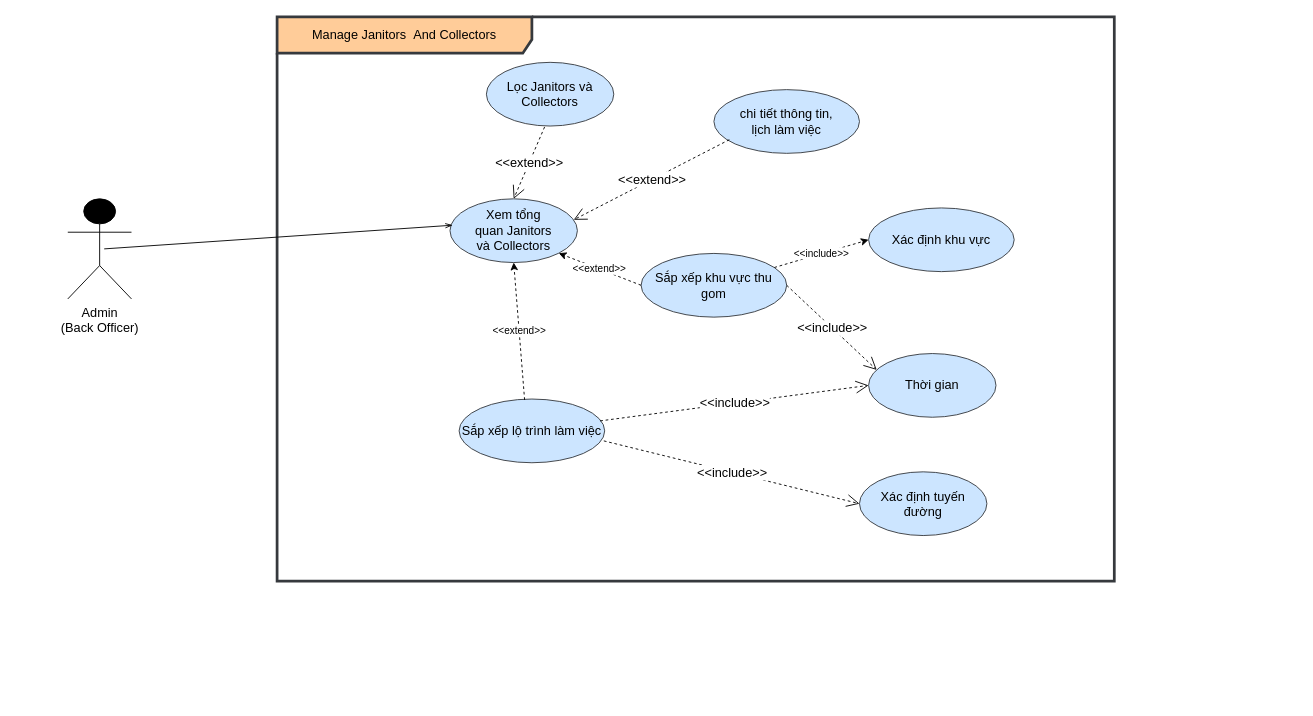
This is Task 1/1.3/Task assignment.drawio from astr0tas/SE-with-Da-Bois---UWC-2.0, a draw.io file, before an edit. Source tidied: cells renumbered, new cells numbered last; positions are measured from the earlier drawing's top-left corner, leaving out a move shared by most shapes. Both pictures are drawn from the tidied source at 91%, with x=0, y=0 at pixel (67, 16).
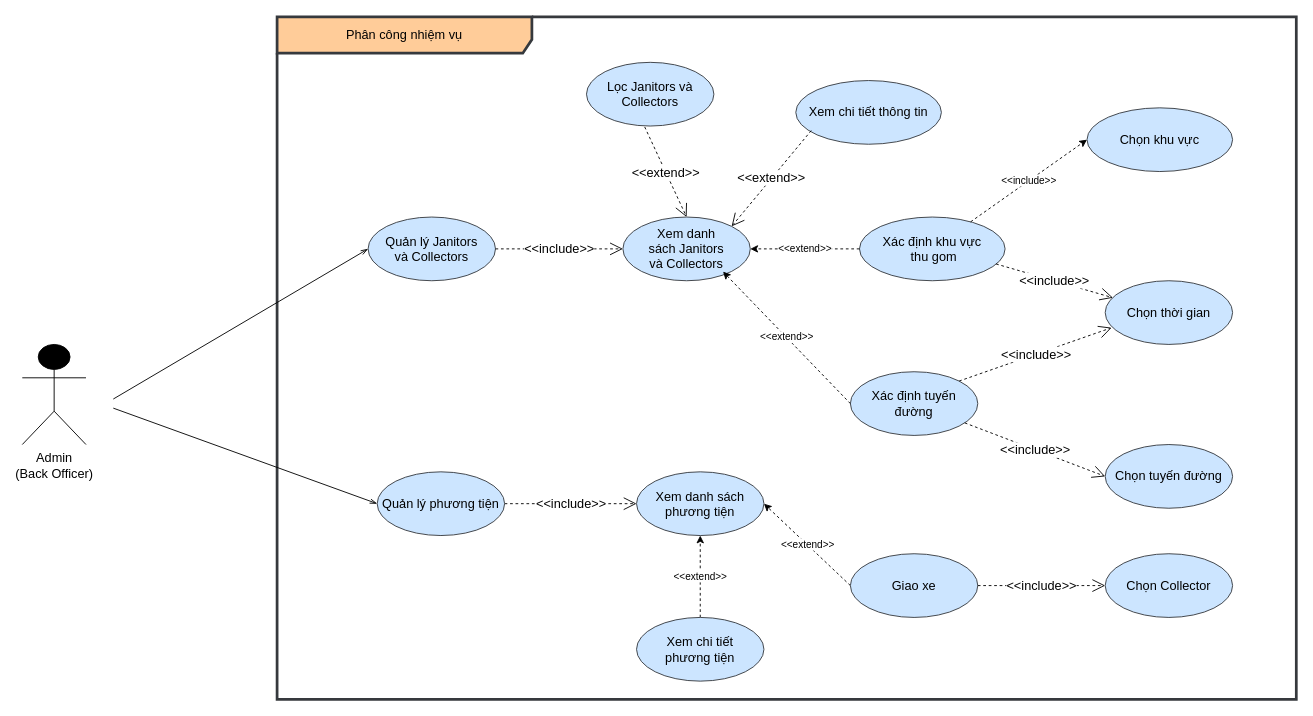
Above is the later version.

The edit, as a diff of the source:
```diff
@@
     <mxCell id="2" value="&lt;font style=&quot;font-size: 14px;&quot;&gt;Admin &lt;br&gt;(&lt;span style=&quot;font-family: Arial, sans-serif;&quot;&gt;Back Officer&lt;/span&gt;)&lt;/font&gt;" style="shape=umlActor;verticalLabelPosition=bottom;verticalAlign=top;html=1;fillColor=#000000;" parent="1" vertex="1">
-      <mxGeometry y="200" width="70" height="110" as="geometry" />
+      <mxGeometry x="-50" y="360" width="70" height="110" as="geometry" />
     </mxCell>
-    <mxCell id="3" value="Manage&amp;nbsp;&lt;span&gt;Janitors&amp;nbsp;&amp;nbsp;And Collectors&lt;/span&gt;" style="shape=umlFrame;whiteSpace=wrap;html=1;fontSize=14;width=280;height=40;fillColor=#ffcc99;strokeColor=#36393d;strokeWidth=3;gradientColor=none;swimlaneFillColor=default;" parent="1" vertex="1">
-      <mxGeometry x="230" width="920" height="620" as="geometry" />
+    <mxCell id="3" value="Phân công nhiệm vụ" style="shape=umlFrame;whiteSpace=wrap;html=1;fontSize=14;width=280;height=40;fillColor=#ffcc99;strokeColor=#36393d;strokeWidth=3;gradientColor=none;swimlaneFillColor=default;" parent="1" vertex="1">
+      <mxGeometry x="230" width="1120" height="750" as="geometry" />
     </mxCell>
-    <mxCell id="4" value="chi tiết thông tin, &lt;br&gt;lịch làm việc" style="ellipse;whiteSpace=wrap;html=1;fontSize=14;fillColor=#cce5ff;strokeColor=#36393d;" parent="1" vertex="1">
-      <mxGeometry x="710" y="80" width="160" height="70" as="geometry" />
+    <mxCell id="4" value="Xem chi tiết thông tin" style="ellipse;whiteSpace=wrap;html=1;fontSize=14;fillColor=#cce5ff;strokeColor=#36393d;" parent="1" vertex="1">
+      <mxGeometry x="800" y="70" width="160" height="70" as="geometry" />
     </mxCell>
-    <mxCell id="5" value="Sắp xếp lộ trình làm việc" style="ellipse;whiteSpace=wrap;html=1;fontSize=14;fillColor=#cce5ff;strokeColor=#36393d;" parent="1" vertex="1">
-      <mxGeometry x="430" y="420" width="160" height="70" as="geometry" />
-    </mxCell>
-    <mxCell id="6" value="Thời gian" style="ellipse;whiteSpace=wrap;html=1;fontSize=14;fillColor=#cce5ff;strokeColor=#36393d;" parent="1" vertex="1">
-      <mxGeometry x="880" y="370" width="140" height="70" as="geometry" />
+    <mxCell id="6" value="Chọn thời gian" style="ellipse;whiteSpace=wrap;html=1;fontSize=14;fillColor=#cce5ff;strokeColor=#36393d;" parent="1" vertex="1">
+      <mxGeometry x="1140" y="290" width="140" height="70" as="geometry" />
     </mxCell>
     <mxCell id="7" value="Xác định tuyến đường" style="ellipse;whiteSpace=wrap;html=1;fontSize=14;fillColor=#cce5ff;strokeColor=#36393d;" parent="1" vertex="1">
-      <mxGeometry x="870" y="500" width="140" height="70" as="geometry" />
+      <mxGeometry x="860" y="390" width="140" height="70" as="geometry" />
     </mxCell>
-    <mxCell id="8" value="&amp;lt;&amp;lt;include&amp;gt;&amp;gt;" style="endArrow=open;endSize=12;dashed=1;html=1;rounded=0;fontSize=14;entryX=0;entryY=0.5;entryDx=0;entryDy=0;exitX=0.994;exitY=0.657;exitDx=0;exitDy=0;exitPerimeter=0;" parent="1" edge="1" source="5" target="7">
-      <mxGeometry relative="1" as="geometry" />
-    </mxCell>
-    <mxCell id="9" value="&amp;lt;&amp;lt;include&amp;gt;&amp;gt;" style="endArrow=open;endSize=12;dashed=1;html=1;rounded=0;fontSize=14;entryX=0;entryY=0.5;entryDx=0;entryDy=0;exitX=0.969;exitY=0.343;exitDx=0;exitDy=0;exitPerimeter=0;" parent="1" edge="1" source="5" target="6">
-      <mxGeometry relative="1" as="geometry" />
-    </mxCell>
-    <mxCell id="10" value="&amp;lt;&amp;lt;extend&amp;gt;&amp;gt;" style="endArrow=open;endSize=12;dashed=1;html=1;rounded=0;fontSize=14;exitX=0.106;exitY=0.786;exitDx=0;exitDy=0;entryX=0.971;entryY=0.329;entryDx=0;entryDy=0;entryPerimeter=0;exitPerimeter=0;" parent="1" edge="1" source="4" target="11">
+    <mxCell id="10" value="&amp;lt;&amp;lt;extend&amp;gt;&amp;gt;" style="endArrow=open;endSize=12;dashed=1;html=1;rounded=0;fontSize=14;exitX=0.106;exitY=0.786;exitDx=0;exitDy=0;entryX=1;entryY=0;entryDx=0;entryDy=0;exitPerimeter=0;" parent="1" edge="1" source="4" target="11">
       <mxGeometry relative="1" as="geometry" />
     </mxCell>
-    <mxCell id="11" value="Xem tổng quan&amp;nbsp;&lt;a name=&quot;OLE_LINK27&quot;&gt;&lt;span&gt;Janitors&lt;br&gt;và Collectors&lt;/span&gt;&lt;/a&gt;" style="ellipse;whiteSpace=wrap;html=1;fontSize=14;fillColor=#cce5ff;strokeColor=#36393d;" parent="1" vertex="1">
-      <mxGeometry x="420" y="200" width="140" height="70" as="geometry" />
+    <mxCell id="11" value="Xem danh sách&amp;nbsp;&lt;a name=&quot;OLE_LINK27&quot;&gt;&lt;span&gt;Janitors&lt;br&gt;và Collectors&lt;/span&gt;&lt;/a&gt;" style="ellipse;whiteSpace=wrap;html=1;fontSize=14;fillColor=#cce5ff;strokeColor=#36393d;" parent="1" vertex="1">
+      <mxGeometry x="610" y="220" width="140" height="70" as="geometry" />
     </mxCell>
-    <mxCell id="12" style="endArrow=openThin;endFill=0;html=1;rounded=0;fontSize=14;entryX=0.021;entryY=0.414;entryDx=0;entryDy=0;entryPerimeter=0;" parent="1" edge="1" target="11">
+    <mxCell id="12" style="endArrow=openThin;endFill=0;html=1;rounded=0;fontSize=14;entryX=0;entryY=0.5;entryDx=0;entryDy=0;" parent="1" edge="1" target="26">
       <mxGeometry relative="1" as="geometry">
-        <mxPoint x="40" y="255" as="sourcePoint" />
+        <mxPoint x="50" y="420" as="sourcePoint" />
       </mxGeometry>
     </mxCell>
     <mxCell id="13" value="Lọc Janitors và Collectors" style="ellipse;whiteSpace=wrap;html=1;fontSize=14;fillColor=#cce5ff;strokeColor=#36393d;" parent="1" vertex="1">
-      <mxGeometry x="460" y="50" width="140" height="70" as="geometry" />
+      <mxGeometry x="570" y="50" width="140" height="70" as="geometry" />
     </mxCell>
@@
-    <mxCell id="15" value="&amp;lt;&amp;lt;extend&amp;gt;&amp;gt;" style="endArrow=classic;html=1;rounded=0;exitX=0.45;exitY=0.014;exitDx=0;exitDy=0;exitPerimeter=0;entryX=0.5;entryY=1;entryDx=0;entryDy=0;dashed=1;" parent="1" edge="1" source="5" target="11">
-      <mxGeometry relative="1" as="geometry" />
-    </mxCell>
-    <mxCell id="16" value="Sắp xếp khu vực thu gom" style="ellipse;whiteSpace=wrap;html=1;fontSize=14;fillColor=#cce5ff;strokeColor=#36393d;" parent="1" vertex="1">
-      <mxGeometry x="630" y="260" width="160" height="70" as="geometry" />
+    <mxCell id="16" value="Xác định khu vực&lt;br&gt;&amp;nbsp;thu gom" style="ellipse;whiteSpace=wrap;html=1;fontSize=14;fillColor=#cce5ff;strokeColor=#36393d;" parent="1" vertex="1">
+      <mxGeometry x="870" y="220" width="160" height="70" as="geometry" />
     </mxCell>
-    <mxCell id="17" value="&amp;lt;&amp;lt;extend&amp;gt;&amp;gt;" style="endArrow=classic;html=1;rounded=0;entryX=1;entryY=1;entryDx=0;entryDy=0;exitX=0;exitY=0.5;exitDx=0;exitDy=0;dashed=1;" parent="1" edge="1" source="16" target="11">
+    <mxCell id="17" value="&amp;lt;&amp;lt;extend&amp;gt;&amp;gt;" style="endArrow=classic;html=1;rounded=0;entryX=1;entryY=0.5;entryDx=0;entryDy=0;exitX=0;exitY=0.5;exitDx=0;exitDy=0;dashed=1;" parent="1" edge="1" source="16" target="11">
       <mxGeometry relative="1" as="geometry" />
     </mxCell>
-    <mxCell id="18" value="Xác định khu vực" style="ellipse;whiteSpace=wrap;html=1;fontSize=14;fillColor=#cce5ff;strokeColor=#36393d;" parent="1" vertex="1">
-      <mxGeometry x="880" y="210" width="160" height="70" as="geometry" />
+    <mxCell id="18" value="Chọn khu vực" style="ellipse;whiteSpace=wrap;html=1;fontSize=14;fillColor=#cce5ff;strokeColor=#36393d;" parent="1" vertex="1">
+      <mxGeometry x="1120" y="100" width="160" height="70" as="geometry" />
     </mxCell>
@@
-    <mxCell id="20" value="&amp;lt;&amp;lt;include&amp;gt;&amp;gt;" style="endArrow=open;endSize=12;dashed=1;html=1;rounded=0;fontSize=14;entryX=0.064;entryY=0.257;entryDx=0;entryDy=0;exitX=1;exitY=0.5;exitDx=0;exitDy=0;entryPerimeter=0;" parent="1" edge="1" source="16" target="6">
+    <mxCell id="20" value="&amp;lt;&amp;lt;include&amp;gt;&amp;gt;" style="endArrow=open;endSize=12;dashed=1;html=1;rounded=0;fontSize=14;entryX=0.061;entryY=0.267;entryDx=0;entryDy=0;exitX=0.938;exitY=0.737;exitDx=0;exitDy=0;entryPerimeter=0;exitPerimeter=0;" parent="1" edge="1" source="16" target="6">
       <mxGeometry relative="1" as="geometry" />
     </mxCell>
+    <mxCell id="21" value="&amp;lt;&amp;lt;include&amp;gt;&amp;gt;" style="endArrow=open;endSize=12;dashed=1;html=1;rounded=0;fontSize=14;entryX=0;entryY=0.5;entryDx=0;entryDy=0;exitX=1;exitY=0.5;exitDx=0;exitDy=0;" parent="1" edge="1" source="29" target="31">
+      <mxGeometry relative="1" as="geometry" />
+    </mxCell>
+    <mxCell id="22" value="&amp;lt;&amp;lt;extend&amp;gt;&amp;gt;" style="endArrow=classic;html=1;rounded=0;entryX=1;entryY=0.5;entryDx=0;entryDy=0;exitX=0;exitY=0.5;exitDx=0;exitDy=0;dashed=1;" parent="1" edge="1" source="33" target="31">
+      <mxGeometry relative="1" as="geometry" />
+    </mxCell>
+    <mxCell id="23" value="Chọn tuyến đường" style="ellipse;whiteSpace=wrap;html=1;fontSize=14;fillColor=#cce5ff;strokeColor=#36393d;" parent="1" vertex="1">
+      <mxGeometry x="1140" y="470" width="140" height="70" as="geometry" />
+    </mxCell>
+    <mxCell id="24" value="&amp;lt;&amp;lt;include&amp;gt;&amp;gt;" style="endArrow=open;endSize=12;dashed=1;html=1;rounded=0;fontSize=14;entryX=0.051;entryY=0.737;entryDx=0;entryDy=0;exitX=1;exitY=0;exitDx=0;exitDy=0;entryPerimeter=0;" parent="1" edge="1" source="7" target="6">
+      <mxGeometry relative="1" as="geometry" />
+    </mxCell>
+    <mxCell id="25" value="&amp;lt;&amp;lt;include&amp;gt;&amp;gt;" style="endArrow=open;endSize=12;dashed=1;html=1;rounded=0;fontSize=14;entryX=0;entryY=0.5;entryDx=0;entryDy=0;" parent="1" edge="1" source="7" target="23">
+      <mxGeometry relative="1" as="geometry" />
+    </mxCell>
+    <mxCell id="26" value="Quản lý&amp;nbsp;&lt;a name=&quot;OLE_LINK27&quot;&gt;Janitors&lt;br&gt;và Collectors&lt;/a&gt;" style="ellipse;whiteSpace=wrap;html=1;fontSize=14;fillColor=#cce5ff;strokeColor=#36393d;" parent="1" vertex="1">
+      <mxGeometry x="330" y="220" width="140" height="70" as="geometry" />
+    </mxCell>
+    <mxCell id="27" value="&amp;lt;&amp;lt;include&amp;gt;&amp;gt;" style="endArrow=open;endSize=12;dashed=1;html=1;rounded=0;fontSize=14;entryX=0;entryY=0.5;entryDx=0;entryDy=0;exitX=1;exitY=0.5;exitDx=0;exitDy=0;" parent="1" edge="1" source="26" target="11">
+      <mxGeometry relative="1" as="geometry" />
+    </mxCell>
+    <mxCell id="28" value="&amp;lt;&amp;lt;extend&amp;gt;&amp;gt;" style="endArrow=classic;html=1;rounded=0;exitX=0;exitY=0.5;exitDx=0;exitDy=0;dashed=1;" parent="1" edge="1" source="7">
+      <mxGeometry relative="1" as="geometry">
+        <mxPoint x="720" y="280" as="targetPoint" />
+      </mxGeometry>
+    </mxCell>
+    <mxCell id="29" value="Quản lý phương tiện" style="ellipse;whiteSpace=wrap;html=1;fontSize=14;fillColor=#cce5ff;strokeColor=#36393d;" parent="1" vertex="1">
+      <mxGeometry x="340" y="500" width="140" height="70" as="geometry" />
+    </mxCell>
+    <mxCell id="30" style="endArrow=openThin;endFill=0;html=1;rounded=0;fontSize=14;entryX=0;entryY=0.5;entryDx=0;entryDy=0;" parent="1" edge="1" target="29">
+      <mxGeometry relative="1" as="geometry">
+        <mxPoint x="50" y="430" as="sourcePoint" />
+      </mxGeometry>
+    </mxCell>
+    <mxCell id="31" value="Xem danh sách phương tiện" style="ellipse;whiteSpace=wrap;html=1;fontSize=14;fillColor=#cce5ff;strokeColor=#36393d;" parent="1" vertex="1">
+      <mxGeometry x="625" y="500" width="140" height="70" as="geometry" />
+    </mxCell>
+    <mxCell id="32" value="&amp;lt;&amp;lt;extend&amp;gt;&amp;gt;" style="endArrow=classic;html=1;rounded=0;entryX=0.5;entryY=1;entryDx=0;entryDy=0;dashed=1;" parent="1" edge="1" source="34" target="31">
+      <mxGeometry relative="1" as="geometry" />
+    </mxCell>
+    <mxCell id="33" value="Giao xe" style="ellipse;whiteSpace=wrap;html=1;fontSize=14;fillColor=#cce5ff;strokeColor=#36393d;" parent="1" vertex="1">
+      <mxGeometry x="860" y="590" width="140" height="70" as="geometry" />
+    </mxCell>
+    <mxCell id="34" value="Xem chi tiết &lt;br&gt;phương tiện" style="ellipse;whiteSpace=wrap;html=1;fontSize=14;fillColor=#cce5ff;strokeColor=#36393d;" parent="1" vertex="1">
+      <mxGeometry x="625" y="660" width="140" height="70" as="geometry" />
+    </mxCell>
+    <mxCell id="35" value="&amp;lt;&amp;lt;include&amp;gt;&amp;gt;" style="endArrow=open;endSize=12;dashed=1;html=1;rounded=0;fontSize=14;entryX=0;entryY=0.5;entryDx=0;entryDy=0;exitX=1;exitY=0.5;exitDx=0;exitDy=0;" parent="1" edge="1" source="33" target="36">
+      <mxGeometry relative="1" as="geometry" />
+    </mxCell>
+    <mxCell id="36" value="Chọn Collector" style="ellipse;whiteSpace=wrap;html=1;fontSize=14;fillColor=#cce5ff;strokeColor=#36393d;" parent="1" vertex="1">
+      <mxGeometry x="1140" y="590" width="140" height="70" as="geometry" />
+    </mxCell>
```
